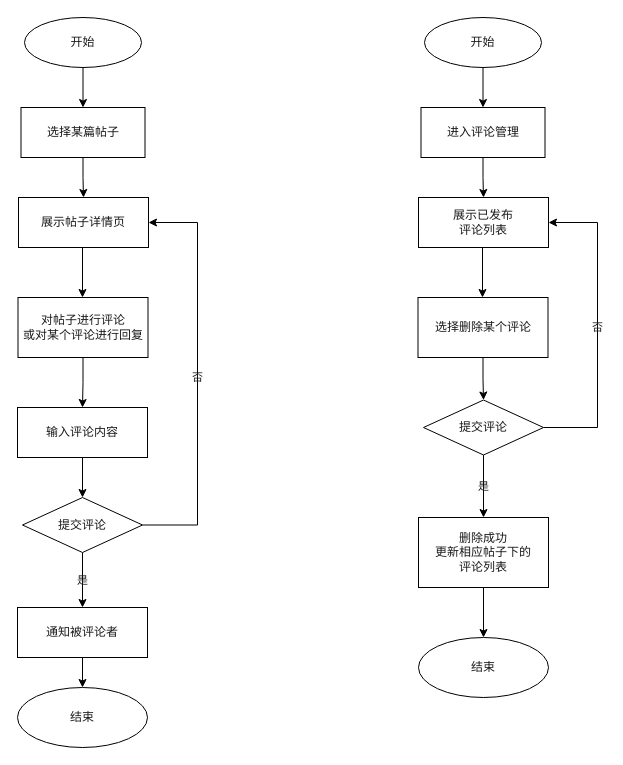
This is comment_mange_flowchart.drawio from JohnnyLin12/GJR_BBS, a draw.io file, before an edit. Source tidied: cells renumbered, new cells numbered last; positions are measured from the earlier drawing's top-left corner, leaving out a move shared by most shapes. Both pictures are drawn from the tidied source at 100%, with x=0, y=0 at pixel (17, 17).
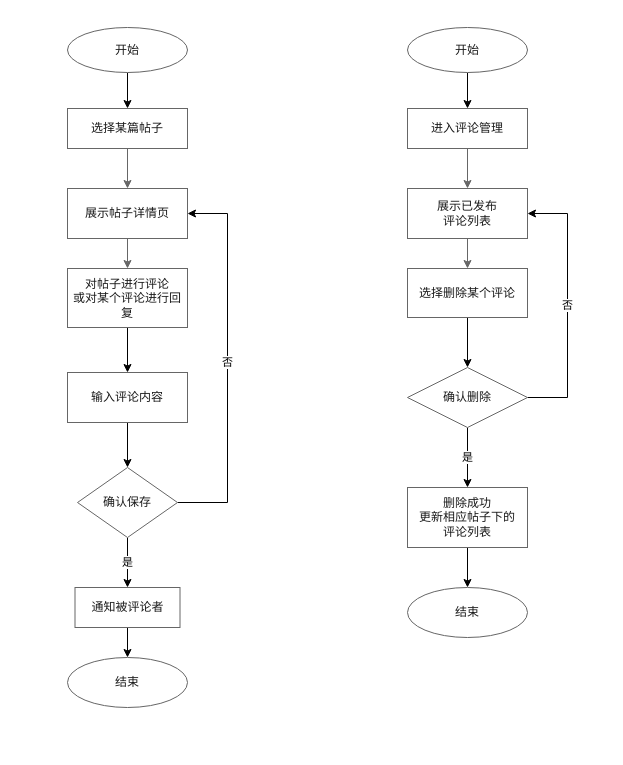
Above is the later version.

Change to the diagram source:
```diff
@@
-    <mxCell id="2" style="edgeStyle=orthogonalEdgeStyle;jettySize=auto;html=1;labelBackgroundColor=none;rounded=0;fontColor=#1A1A1A;" parent="1" edge="1" source="3" target="17">
-      <mxGeometry relative="1" as="geometry" />
-    </mxCell>
-    <mxCell id="3" value="通知被评论者" style="whiteSpace=wrap;html=1;labelBackgroundColor=none;rounded=0;fontColor=#1A1A1A;" parent="1" vertex="1">
-      <mxGeometry y="590" width="130" height="50" as="geometry" />
-    </mxCell>
-    <mxCell id="4" style="edgeStyle=orthogonalEdgeStyle;jettySize=auto;html=1;labelBackgroundColor=none;rounded=0;fontColor=#1A1A1A;" parent="1" edge="1" source="5" target="7">
-      <mxGeometry relative="1" as="geometry" />
-    </mxCell>
-    <mxCell id="5" value="开始" style="ellipse;whiteSpace=wrap;html=1;labelBackgroundColor=none;rounded=0;fontColor=#1A1A1A;" parent="1" vertex="1">
-      <mxGeometry x="7" width="117" height="50" as="geometry" />
-    </mxCell>
-    <mxCell id="6" style="edgeStyle=orthogonalEdgeStyle;jettySize=auto;html=1;labelBackgroundColor=none;rounded=0;fontColor=#1A1A1A;" parent="1" edge="1" source="7" target="9">
+    <mxCell id="6" style="edgeStyle=orthogonalEdgeStyle;rounded=0;jettySize=auto;html=1;fontFamily=Helvetica;fontColor=#1A1A1A;strokeColor=#666666;" parent="1" edge="1" source="7" target="9">
       <mxGeometry relative="1" as="geometry" />
     </mxCell>
-    <mxCell id="7" value="选择某篇帖子&lt;br&gt;" style="whiteSpace=wrap;html=1;labelBackgroundColor=none;rounded=0;fontColor=#1A1A1A;" parent="1" vertex="1">
-      <mxGeometry x="3.5" y="90" width="124" height="50" as="geometry" />
+    <mxCell id="7" value="&lt;p&gt;选择某篇帖子&lt;br&gt;&lt;/p&gt;" style="rounded=0;whiteSpace=wrap;html=1;fontFamily=Helvetica;fontColor=#1A1A1A;strokeColor=#666666;" parent="1" vertex="1">
+      <mxGeometry x="50" y="91" width="120" height="40" as="geometry" />
     </mxCell>
-    <mxCell id="8" style="edgeStyle=orthogonalEdgeStyle;jettySize=auto;html=1;labelBackgroundColor=none;rounded=0;fontColor=#1A1A1A;" parent="1" edge="1" target="11">
-      <mxGeometry relative="1" as="geometry">
-        <mxPoint x="65" y="230" as="sourcePoint" />
-      </mxGeometry>
-    </mxCell>
-    <mxCell id="9" value="&lt;span&gt;展示帖子详情页&lt;/span&gt;" style="whiteSpace=wrap;html=1;labelBackgroundColor=none;rounded=0;fontColor=#1A1A1A;" parent="1" vertex="1">
-      <mxGeometry x="1" y="180" width="130" height="50" as="geometry" />
-    </mxCell>
-    <mxCell id="10" style="edgeStyle=orthogonalEdgeStyle;jettySize=auto;html=1;labelBackgroundColor=none;rounded=0;fontColor=#1A1A1A;" parent="1" edge="1" source="11" target="13">
+    <mxCell id="10" style="edgeStyle=orthogonalEdgeStyle;rounded=0;jettySize=auto;html=1;" parent="1" edge="1" source="11" target="13">
       <mxGeometry relative="1" as="geometry" />
     </mxCell>
-    <mxCell id="11" value="对帖子进行评论&lt;br&gt;或对某个评论进行回复" style="whiteSpace=wrap;html=1;labelBackgroundColor=none;rounded=0;fontColor=#1A1A1A;" parent="1" vertex="1">
-      <mxGeometry x="0.5" y="280" width="130" height="60" as="geometry" />
+    <mxCell id="11" value="对帖子进行评论&lt;br&gt;或对某个评论进行回复" style="whiteSpace=wrap;html=1;rounded=0;fontFamily=Helvetica;fontColor=#1A1A1A;strokeColor=#666666;" parent="1" vertex="1">
+      <mxGeometry x="50" y="251" width="120" height="59" as="geometry" />
     </mxCell>
-    <mxCell id="12" style="edgeStyle=orthogonalEdgeStyle;jettySize=auto;html=1;labelBackgroundColor=none;rounded=0;fontColor=#1A1A1A;" parent="1" edge="1" source="13" target="16">
-      <mxGeometry relative="1" as="geometry" />
-    </mxCell>
+    <mxCell id="32" style="edgeStyle=orthogonalEdgeStyle;rounded=0;jettySize=auto;html=1;fontFamily=Helvetica;fontColor=#1A1A1A;strokeColor=#666666;" parent="1" edge="1" source="9" target="11">
+      <mxGeometry relative="1" as="geometry" />
+    </mxCell>
+    <mxCell id="9" value="展示帖子详情页" style="rounded=0;whiteSpace=wrap;html=1;fontFamily=Helvetica;fontColor=#1A1A1A;strokeColor=#666666;" parent="1" vertex="1">
+      <mxGeometry x="50" y="171" width="120" height="50" as="geometry" />
+    </mxCell>
+    <mxCell id="33" style="edgeStyle=orthogonalEdgeStyle;rounded=0;jettySize=auto;html=1;" parent="1" edge="1" source="34" target="7">
+      <mxGeometry relative="1" as="geometry" />
+    </mxCell>
+    <mxCell id="34" value="开始" style="ellipse;whiteSpace=wrap;html=1;strokeColor=#666666;fontColor=#1A1A1A;rounded=0;" parent="1" vertex="1">
+      <mxGeometry x="50" y="10" width="120" height="45" as="geometry" />
+    </mxCell>
+    <mxCell id="35" style="edgeStyle=orthogonalEdgeStyle;rounded=0;jettySize=auto;html=1;" parent="1" edge="1" source="3" target="36">
+      <mxGeometry relative="1" as="geometry" />
+    </mxCell>
+    <mxCell id="3" value="通知被评论者" style="whiteSpace=wrap;html=1;strokeColor=#666666;fontColor=#1A1A1A;rounded=0;" parent="1" vertex="1">
+      <mxGeometry x="57.5" y="570" width="105" height="40" as="geometry" />
+    </mxCell>
+    <mxCell id="36" value="结束" style="ellipse;whiteSpace=wrap;html=1;strokeColor=#666666;fontColor=#1A1A1A;rounded=0;" parent="1" vertex="1">
+      <mxGeometry x="50" y="640" width="120" height="50" as="geometry" />
+    </mxCell>
+    <mxCell id="37" style="edgeStyle=orthogonalEdgeStyle;rounded=0;jettySize=auto;html=1;fontColor=#1A1A1A;" parent="1" edge="1" source="13" target="40">
+      <mxGeometry relative="1" as="geometry" />
+    </mxCell>
-    <mxCell id="13" value="输入评论内容" style="whiteSpace=wrap;html=1;labelBackgroundColor=none;rounded=0;fontColor=#1A1A1A;" parent="1" vertex="1">
-      <mxGeometry y="390" width="130" height="50" as="geometry" />
+    <mxCell id="13" value="输入评论内容" style="whiteSpace=wrap;html=1;strokeColor=#666666;fontColor=#1A1A1A;rounded=0;" parent="1" vertex="1">
+      <mxGeometry x="50" y="355" width="120" height="50" as="geometry" />
     </mxCell>
-    <mxCell id="14" value="是" style="edgeStyle=orthogonalEdgeStyle;jettySize=auto;html=1;labelBackgroundColor=none;rounded=0;fontColor=#1A1A1A;" parent="1" edge="1" source="16" target="3">
-      <mxGeometry relative="1" as="geometry" />
-    </mxCell>
-    <mxCell id="15" value="否" style="edgeStyle=orthogonalEdgeStyle;jettySize=auto;html=1;entryX=1;entryY=0.5;entryDx=0;entryDy=0;labelBackgroundColor=none;rounded=0;fontColor=#1A1A1A;" parent="1" edge="1" source="16" target="9">
-      <mxGeometry relative="1" as="geometry">
-        <Array as="points">
-          <mxPoint x="180" y="508" />
-          <mxPoint x="180" y="205" />
-        </Array>
-      </mxGeometry>
-    </mxCell>
-    <mxCell id="16" value="提交评论" style="rhombus;whiteSpace=wrap;html=1;labelBackgroundColor=none;rounded=0;fontColor=#1A1A1A;" parent="1" vertex="1">
-      <mxGeometry x="5" y="480" width="120" height="55" as="geometry" />
-    </mxCell>
-    <mxCell id="17" value="结束" style="ellipse;whiteSpace=wrap;html=1;labelBackgroundColor=none;rounded=0;fontColor=#1A1A1A;" parent="1" vertex="1">
-      <mxGeometry y="670" width="130" height="60" as="geometry" />
-    </mxCell>
-    <mxCell id="18" style="edgeStyle=orthogonalEdgeStyle;jettySize=auto;html=1;labelBackgroundColor=none;rounded=0;fontColor=#1A1A1A;" parent="1" edge="1" source="19" target="31">
-      <mxGeometry relative="1" as="geometry" />
-    </mxCell>
-    <mxCell id="19" value="删除成功&lt;br&gt;更新相应帖子下的&lt;br&gt;评论列表" style="whiteSpace=wrap;html=1;labelBackgroundColor=none;rounded=0;fontColor=#1A1A1A;" parent="1" vertex="1">
-      <mxGeometry x="401" y="500" width="130" height="70" as="geometry" />
-    </mxCell>
-    <mxCell id="20" style="edgeStyle=orthogonalEdgeStyle;jettySize=auto;html=1;labelBackgroundColor=none;rounded=0;fontColor=#1A1A1A;" parent="1" edge="1" source="21" target="23">
-      <mxGeometry relative="1" as="geometry" />
-    </mxCell>
-    <mxCell id="21" value="开始" style="ellipse;whiteSpace=wrap;html=1;labelBackgroundColor=none;rounded=0;fontColor=#1A1A1A;" parent="1" vertex="1">
-      <mxGeometry x="407" width="117" height="50" as="geometry" />
-    </mxCell>
+    <mxCell id="38" value="是" style="edgeStyle=orthogonalEdgeStyle;rounded=0;jettySize=auto;html=1;" parent="1" edge="1" source="40" target="3">
+      <mxGeometry relative="1" as="geometry" />
+    </mxCell>
+    <mxCell id="39" value="否" style="edgeStyle=orthogonalEdgeStyle;rounded=0;jettySize=auto;html=1;entryX=1;entryY=0.5;entryDx=0;entryDy=0;" parent="1" edge="1" source="40" target="9">
+      <mxGeometry relative="1" as="geometry">
+        <Array as="points">
+          <mxPoint x="210" y="485" />
+          <mxPoint x="210" y="196" />
+        </Array>
+      </mxGeometry>
+    </mxCell>
+    <mxCell id="40" value="确认保存" style="rhombus;whiteSpace=wrap;html=1;strokeColor=#666666;fontColor=#1A1A1A;rounded=0;" parent="1" vertex="1">
+      <mxGeometry x="60" y="450" width="100" height="70" as="geometry" />
+    </mxCell>
-    <mxCell id="22" style="edgeStyle=orthogonalEdgeStyle;jettySize=auto;html=1;labelBackgroundColor=none;rounded=0;fontColor=#1A1A1A;" parent="1" edge="1" source="23" target="25">
+    <mxCell id="22" style="edgeStyle=orthogonalEdgeStyle;rounded=0;jettySize=auto;html=1;fontFamily=Helvetica;fontColor=#1A1A1A;strokeColor=#666666;" parent="1" edge="1" source="23" target="25">
       <mxGeometry relative="1" as="geometry" />
     </mxCell>
-    <mxCell id="23" value="进入评论管理" style="whiteSpace=wrap;html=1;labelBackgroundColor=none;rounded=0;fontColor=#1A1A1A;" parent="1" vertex="1">
-      <mxGeometry x="403.5" y="90" width="124" height="50" as="geometry" />
+    <mxCell id="23" value="&lt;p&gt;进入评论管理&lt;br&gt;&lt;/p&gt;" style="rounded=0;whiteSpace=wrap;html=1;fontFamily=Helvetica;fontColor=#1A1A1A;strokeColor=#666666;" parent="1" vertex="1">
+      <mxGeometry x="390" y="91" width="120" height="40" as="geometry" />
     </mxCell>
-    <mxCell id="24" style="edgeStyle=orthogonalEdgeStyle;jettySize=auto;html=1;labelBackgroundColor=none;rounded=0;fontColor=#1A1A1A;" parent="1" edge="1" target="27">
-      <mxGeometry relative="1" as="geometry">
-        <mxPoint x="465" y="230" as="sourcePoint" />
-      </mxGeometry>
-    </mxCell>
+    <mxCell id="41" style="edgeStyle=orthogonalEdgeStyle;rounded=0;jettySize=auto;html=1;" parent="1" edge="1" source="27" target="47">
+      <mxGeometry relative="1" as="geometry" />
+    </mxCell>
+    <mxCell id="27" value="选择删除某个评论" style="whiteSpace=wrap;html=1;rounded=0;fontFamily=Helvetica;fontColor=#1A1A1A;strokeColor=#666666;" parent="1" vertex="1">
+      <mxGeometry x="390" y="251" width="120" height="49" as="geometry" />
+    </mxCell>
+    <mxCell id="42" style="edgeStyle=orthogonalEdgeStyle;rounded=0;jettySize=auto;html=1;fontFamily=Helvetica;fontColor=#1A1A1A;strokeColor=#666666;" parent="1" edge="1" source="25" target="27">
+      <mxGeometry relative="1" as="geometry" />
+    </mxCell>
-    <mxCell id="25" value="&lt;span&gt;展示已发布&lt;br&gt;评论列表&lt;/span&gt;" style="whiteSpace=wrap;html=1;labelBackgroundColor=none;rounded=0;fontColor=#1A1A1A;" parent="1" vertex="1">
-      <mxGeometry x="401" y="180" width="130" height="50" as="geometry" />
+    <mxCell id="25" value="展示已发布&lt;br&gt;评论列表" style="rounded=0;whiteSpace=wrap;html=1;fontFamily=Helvetica;fontColor=#1A1A1A;strokeColor=#666666;" parent="1" vertex="1">
+      <mxGeometry x="390" y="171" width="120" height="50" as="geometry" />
     </mxCell>
-    <mxCell id="26" style="edgeStyle=orthogonalEdgeStyle;jettySize=auto;html=1;entryX=0.5;entryY=0;entryDx=0;entryDy=0;labelBackgroundColor=none;rounded=0;fontColor=#1A1A1A;" parent="1" edge="1" source="27" target="30">
-      <mxGeometry relative="1" as="geometry" />
-    </mxCell>
-    <mxCell id="27" value="选择删除某个评论" style="whiteSpace=wrap;html=1;labelBackgroundColor=none;rounded=0;fontColor=#1A1A1A;" parent="1" vertex="1">
-      <mxGeometry x="400.5" y="280" width="130" height="60" as="geometry" />
-    </mxCell>
-    <mxCell id="28" value="是" style="edgeStyle=orthogonalEdgeStyle;jettySize=auto;html=1;labelBackgroundColor=none;rounded=0;fontColor=#1A1A1A;" parent="1" edge="1" source="30" target="19">
-      <mxGeometry relative="1" as="geometry" />
-    </mxCell>
-    <mxCell id="29" value="否" style="edgeStyle=orthogonalEdgeStyle;jettySize=auto;html=1;entryX=1;entryY=0.5;entryDx=0;entryDy=0;labelBackgroundColor=none;exitX=1;exitY=0.5;exitDx=0;exitDy=0;rounded=0;fontColor=#1A1A1A;" parent="1" edge="1" source="30" target="25">
-      <mxGeometry relative="1" as="geometry">
-        <Array as="points">
-          <mxPoint x="580" y="410" />
-          <mxPoint x="580" y="205" />
-        </Array>
-      </mxGeometry>
-    </mxCell>
-    <mxCell id="30" value="提交评论" style="rhombus;whiteSpace=wrap;html=1;labelBackgroundColor=none;rounded=0;fontColor=#1A1A1A;" parent="1" vertex="1">
-      <mxGeometry x="406" y="382.5" width="120" height="55" as="geometry" />
-    </mxCell>
-    <mxCell id="31" value="结束" style="ellipse;whiteSpace=wrap;html=1;labelBackgroundColor=none;rounded=0;fontColor=#1A1A1A;" parent="1" vertex="1">
-      <mxGeometry x="401" y="620" width="130" height="60" as="geometry" />
-    </mxCell>
+    <mxCell id="43" style="edgeStyle=orthogonalEdgeStyle;rounded=0;jettySize=auto;html=1;" parent="1" edge="1" source="44" target="23">
+      <mxGeometry relative="1" as="geometry" />
+    </mxCell>
+    <mxCell id="44" value="开始" style="ellipse;whiteSpace=wrap;html=1;strokeColor=#666666;fontColor=#1A1A1A;rounded=0;" parent="1" vertex="1">
+      <mxGeometry x="390" y="10" width="120" height="45" as="geometry" />
+    </mxCell>
+    <mxCell id="45" value="是" style="edgeStyle=orthogonalEdgeStyle;rounded=0;jettySize=auto;html=1;" parent="1" edge="1" source="47" target="19">
+      <mxGeometry relative="1" as="geometry" />
+    </mxCell>
+    <mxCell id="46" value="否" style="edgeStyle=orthogonalEdgeStyle;rounded=0;jettySize=auto;html=1;entryX=1;entryY=0.5;entryDx=0;entryDy=0;" parent="1" edge="1" source="47" target="25">
+      <mxGeometry relative="1" as="geometry">
+        <Array as="points">
+          <mxPoint x="550" y="380" />
+          <mxPoint x="550" y="196" />
+        </Array>
+      </mxGeometry>
+    </mxCell>
+    <mxCell id="47" value="确认删除" style="rhombus;whiteSpace=wrap;html=1;strokeColor=#666666;fontColor=#1A1A1A;rounded=0;" parent="1" vertex="1">
+      <mxGeometry x="390" y="350" width="120" height="60" as="geometry" />
+    </mxCell>
+    <mxCell id="48" style="edgeStyle=orthogonalEdgeStyle;rounded=0;jettySize=auto;html=1;" parent="1" edge="1" source="19" target="49">
+      <mxGeometry relative="1" as="geometry" />
+    </mxCell>
+    <mxCell id="19" value="删除成功&lt;br&gt;更新相应帖子下的&lt;br&gt;评论列表" style="whiteSpace=wrap;html=1;strokeColor=#666666;fontColor=#1A1A1A;rounded=0;" parent="1" vertex="1">
+      <mxGeometry x="390" y="470" width="120" height="60" as="geometry" />
+    </mxCell>
+    <mxCell id="49" value="结束" style="ellipse;whiteSpace=wrap;html=1;strokeColor=#666666;fontColor=#1A1A1A;rounded=0;" parent="1" vertex="1">
+      <mxGeometry x="390" y="570" width="120" height="50" as="geometry" />
+    </mxCell>
```
